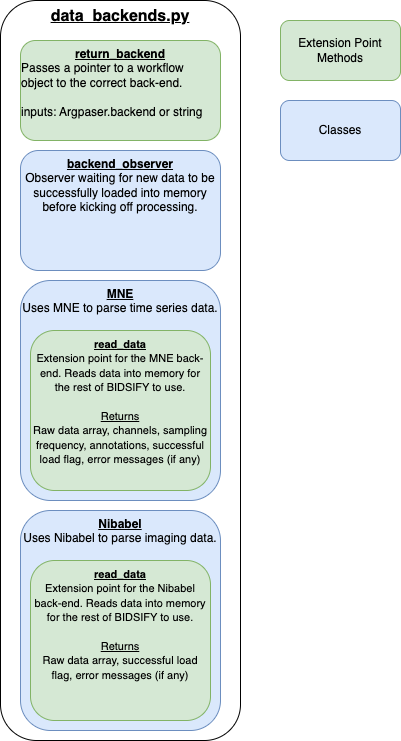
Earlier version of the draw.io export documents/SOP/BIDSIFY.png (penn-cnt/BIDSIFY). Source tidied: cells renumbered, new cells last; positions are measured from the earlier drawing's top-left corner, leaving out a move shared by most shapes.
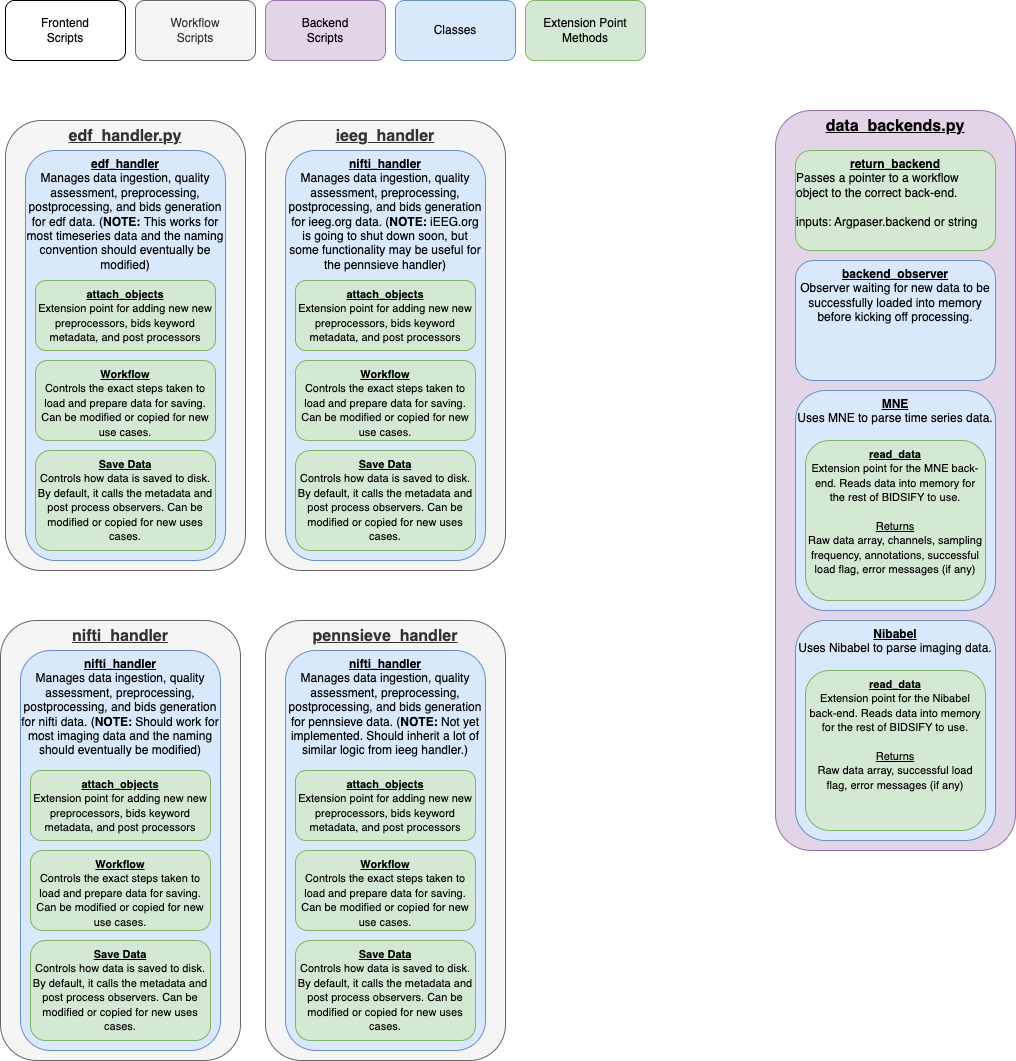
After the change.

The edit, as a diff of the source:
```diff
@@ -2,7 +2,7 @@
   <root>
     <mxCell id="0" />
     <mxCell id="1" parent="0" />
-    <mxCell id="2" value="&lt;b&gt;&lt;u&gt;&lt;font style=&quot;font-size: 16px;&quot;&gt;data_backends.py&lt;/font&gt;&lt;/u&gt;&lt;/b&gt;" style="rounded=1;whiteSpace=wrap;html=1;verticalAlign=top;" parent="1" vertex="1">
+    <mxCell id="2" value="&lt;b&gt;&lt;u&gt;&lt;font style=&quot;font-size: 16px;&quot;&gt;data_backends.py&lt;/font&gt;&lt;/u&gt;&lt;/b&gt;" style="rounded=1;whiteSpace=wrap;html=1;verticalAlign=top;fillColor=#e1d5e7;strokeColor=#9673a6;" parent="1" vertex="1">
       <mxGeometry width="240" height="740" as="geometry" />
     </mxCell>
     <mxCell id="3" value="&lt;b&gt;&lt;u&gt;return_backend&lt;/u&gt;&lt;/b&gt;&lt;div style=&quot;text-align: left;&quot;&gt;Passes a pointer to a workflow object to the correct back-end.&lt;/div&gt;&lt;div style=&quot;text-align: left;&quot;&gt;&lt;br&gt;&lt;/div&gt;&lt;div style=&quot;text-align: left;&quot;&gt;inputs: Argpaser.backend or string&lt;/div&gt;" style="rounded=1;whiteSpace=wrap;html=1;fillColor=#d5e8d4;strokeColor=#82b366;verticalAlign=top;" parent="1" vertex="1">
@@ -15,7 +15,7 @@
       <mxGeometry x="30" y="330" width="180" height="160" as="geometry" />
     </mxCell>
     <mxCell id="6" value="Extension Point Methods" style="rounded=1;whiteSpace=wrap;html=1;fillColor=#d5e8d4;strokeColor=#82b366;" parent="1" vertex="1">
-      <mxGeometry x="280" y="20" width="120" height="60" as="geometry" />
+      <mxGeometry x="-250" y="-110" width="120" height="60" as="geometry" />
     </mxCell>
     <mxCell id="7" value="&lt;b&gt;&lt;u&gt;Nibabel&lt;/u&gt;&lt;/b&gt;&lt;div&gt;Uses Nibabel to parse imaging data.&lt;/div&gt;&lt;div&gt;&lt;br&gt;&lt;/div&gt;&lt;div&gt;&lt;br&gt;&lt;/div&gt;" style="rounded=1;whiteSpace=wrap;html=1;fillColor=#dae8fc;strokeColor=#6c8ebf;verticalAlign=top;" parent="1" vertex="1">
       <mxGeometry x="20" y="510" width="200" height="220" as="geometry" />
@@ -26,8 +26,77 @@
     <mxCell id="9" value="&lt;b&gt;&lt;u&gt;backend_observer&lt;/u&gt;&lt;/b&gt;&lt;div&gt;Observer waiting for new data to be successfully loaded into memory before kicking off processing.&lt;/div&gt;" style="rounded=1;whiteSpace=wrap;html=1;fillColor=#dae8fc;strokeColor=#6c8ebf;horizontal=1;verticalAlign=top;" parent="1" vertex="1">
       <mxGeometry x="20" y="150" width="200" height="120" as="geometry" />
     </mxCell>
-    <mxCell id="10" value="Classes" style="rounded=1;whiteSpace=wrap;html=1;fillColor=#dae8fc;strokeColor=#6c8ebf;" parent="1" vertex="1">
-      <mxGeometry x="280" y="100" width="120" height="60" as="geometry" />
+    <mxCell id="10" value="Workflow&lt;div&gt;Scripts&lt;/div&gt;" style="rounded=1;whiteSpace=wrap;html=1;fillColor=#f5f5f5;strokeColor=#666666;fontColor=#333333;" parent="1" vertex="1">
+      <mxGeometry x="-640" y="-110" width="120" height="60" as="geometry" />
     </mxCell>
+    <mxCell id="11" value="&lt;b&gt;&lt;u&gt;&lt;font style=&quot;font-size: 16px;&quot;&gt;edf_handler.py&lt;/font&gt;&lt;/u&gt;&lt;/b&gt;" style="rounded=1;whiteSpace=wrap;html=1;verticalAlign=top;fillColor=#f5f5f5;strokeColor=#666666;fontColor=#333333;" parent="1" vertex="1">
+      <mxGeometry x="-770" y="10" width="240" height="450" as="geometry" />
+    </mxCell>
+    <mxCell id="12" value="Classes" style="rounded=1;whiteSpace=wrap;html=1;fillColor=#dae8fc;strokeColor=#6c8ebf;" parent="1" vertex="1">
+      <mxGeometry x="-380" y="-110" width="120" height="60" as="geometry" />
+    </mxCell>
+    <mxCell id="13" value="Backend&lt;div&gt;Scripts&lt;/div&gt;" style="rounded=1;whiteSpace=wrap;html=1;fillColor=#e1d5e7;strokeColor=#9673a6;" parent="1" vertex="1">
+      <mxGeometry x="-510" y="-110" width="120" height="60" as="geometry" />
+    </mxCell>
+    <mxCell id="14" value="Frontend&lt;div&gt;Scripts&lt;/div&gt;" style="rounded=1;whiteSpace=wrap;html=1;" parent="1" vertex="1">
+      <mxGeometry x="-770" y="-110" width="120" height="60" as="geometry" />
+    </mxCell>
+    <mxCell id="15" value="&lt;b&gt;&lt;u&gt;edf_handler&lt;/u&gt;&lt;/b&gt;&lt;div&gt;Manages data ingestion, quality assessment, preprocessing, postprocessing, and bids generation for edf data. (&lt;b&gt;NOTE:&lt;/b&gt;&amp;nbsp;This works for most timeseries data and the naming convention should eventually be modified)&lt;/div&gt;" style="rounded=1;whiteSpace=wrap;html=1;fillColor=#dae8fc;strokeColor=#6c8ebf;verticalAlign=top;" parent="1" vertex="1">
+      <mxGeometry x="-750" y="40" width="200" height="410" as="geometry" />
+    </mxCell>
+    <mxCell id="16" value="&lt;div style=&quot;&quot;&gt;&lt;font style=&quot;font-size: 11px;&quot;&gt;&lt;b&gt;&lt;u&gt;attach_objects&lt;/u&gt;&lt;/b&gt;&lt;/font&gt;&lt;/div&gt;&lt;div style=&quot;&quot;&gt;&lt;font style=&quot;font-size: 11px;&quot;&gt;Extension point for adding new new preprocessors, bids keyword metadata, and post processors&lt;/font&gt;&lt;/div&gt;&lt;div&gt;&lt;b&gt;&lt;u&gt;&lt;br&gt;&lt;/u&gt;&lt;/b&gt;&lt;/div&gt;" style="rounded=1;whiteSpace=wrap;html=1;fillColor=#d5e8d4;strokeColor=#82b366;horizontal=1;verticalAlign=top;" parent="1" vertex="1">
+      <mxGeometry x="-740" y="170" width="180" height="70" as="geometry" />
+    </mxCell>
+    <mxCell id="17" value="&lt;b&gt;&lt;u&gt;&lt;font style=&quot;font-size: 16px;&quot;&gt;nifti_handler&lt;/font&gt;&lt;/u&gt;&lt;/b&gt;" style="rounded=1;whiteSpace=wrap;html=1;verticalAlign=top;fillColor=#f5f5f5;strokeColor=#666666;fontColor=#333333;" parent="1" vertex="1">
+      <mxGeometry x="-775" y="510" width="240" height="440" as="geometry" />
+    </mxCell>
+    <mxCell id="18" value="&lt;b&gt;&lt;u&gt;nifti_handler&lt;/u&gt;&lt;/b&gt;&lt;div&gt;Manages data ingestion, quality assessment, preprocessing, postprocessing, and bids generation for nifti data. (&lt;b&gt;NOTE:&lt;/b&gt;&amp;nbsp;Should work for most imaging data and the naming should eventually be modified)&lt;/div&gt;" style="rounded=1;whiteSpace=wrap;html=1;fillColor=#dae8fc;strokeColor=#6c8ebf;verticalAlign=top;" parent="1" vertex="1">
+      <mxGeometry x="-755" y="540" width="200" height="400" as="geometry" />
+    </mxCell>
+    <mxCell id="19" value="&lt;div style=&quot;&quot;&gt;&lt;font style=&quot;font-size: 11px;&quot;&gt;&lt;b&gt;&lt;u&gt;attach_objects&lt;/u&gt;&lt;/b&gt;&lt;/font&gt;&lt;/div&gt;&lt;div style=&quot;&quot;&gt;&lt;font style=&quot;font-size: 11px;&quot;&gt;Extension point for adding new new preprocessors, bids keyword metadata, and post processors&lt;/font&gt;&lt;/div&gt;&lt;div&gt;&lt;b&gt;&lt;u&gt;&lt;br&gt;&lt;/u&gt;&lt;/b&gt;&lt;/div&gt;" style="rounded=1;whiteSpace=wrap;html=1;fillColor=#d5e8d4;strokeColor=#82b366;horizontal=1;verticalAlign=top;" parent="1" vertex="1">
+      <mxGeometry x="-745" y="660" width="180" height="70" as="geometry" />
+    </mxCell>
+    <mxCell id="20" value="&lt;b&gt;&lt;u&gt;&lt;font style=&quot;font-size: 16px;&quot;&gt;ieeg_handler&lt;/font&gt;&lt;/u&gt;&lt;/b&gt;" style="rounded=1;whiteSpace=wrap;html=1;verticalAlign=top;fillColor=#f5f5f5;strokeColor=#666666;fontColor=#333333;" parent="1" vertex="1">
+      <mxGeometry x="-510" y="10" width="240" height="450" as="geometry" />
+    </mxCell>
+    <mxCell id="21" value="&lt;b&gt;&lt;u&gt;nifti_handler&lt;/u&gt;&lt;/b&gt;&lt;div&gt;Manages data ingestion, quality assessment, preprocessing, postprocessing, and bids generation for ieeg.org data. (&lt;b&gt;NOTE:&lt;/b&gt;&amp;nbsp;iEEG.org is going to shut down soon, but some functionality may be useful for the pennsieve handler)&lt;/div&gt;" style="rounded=1;whiteSpace=wrap;html=1;fillColor=#dae8fc;strokeColor=#6c8ebf;verticalAlign=top;" parent="1" vertex="1">
+      <mxGeometry x="-490" y="40" width="200" height="410" as="geometry" />
+    </mxCell>
+    <mxCell id="22" value="&lt;div style=&quot;&quot;&gt;&lt;font style=&quot;font-size: 11px;&quot;&gt;&lt;b&gt;&lt;u&gt;attach_objects&lt;/u&gt;&lt;/b&gt;&lt;/font&gt;&lt;/div&gt;&lt;div style=&quot;&quot;&gt;&lt;font style=&quot;font-size: 11px;&quot;&gt;Extension point for adding new new preprocessors, bids keyword metadata, and post processors&lt;/font&gt;&lt;/div&gt;&lt;div&gt;&lt;b&gt;&lt;u&gt;&lt;br&gt;&lt;/u&gt;&lt;/b&gt;&lt;/div&gt;" style="rounded=1;whiteSpace=wrap;html=1;fillColor=#d5e8d4;strokeColor=#82b366;horizontal=1;verticalAlign=top;" parent="1" vertex="1">
+      <mxGeometry x="-480" y="170" width="180" height="70" as="geometry" />
+    </mxCell>
+    <mxCell id="23" value="&lt;b&gt;&lt;u&gt;&lt;font style=&quot;font-size: 16px;&quot;&gt;pennsieve_handler&lt;/font&gt;&lt;/u&gt;&lt;/b&gt;" style="rounded=1;whiteSpace=wrap;html=1;verticalAlign=top;fillColor=#f5f5f5;strokeColor=#666666;fontColor=#333333;" parent="1" vertex="1">
+      <mxGeometry x="-510" y="510" width="240" height="440" as="geometry" />
+    </mxCell>
+    <mxCell id="24" value="&lt;b&gt;&lt;u&gt;nifti_handler&lt;/u&gt;&lt;/b&gt;&lt;div&gt;Manages data ingestion, quality assessment, preprocessing, postprocessing, and bids generation for pennsieve data. (&lt;b&gt;NOTE:&lt;/b&gt;&amp;nbsp;Not yet implemented. Should inherit a lot of similar logic from ieeg handler.)&lt;/div&gt;" style="rounded=1;whiteSpace=wrap;html=1;fillColor=#dae8fc;strokeColor=#6c8ebf;verticalAlign=top;" parent="1" vertex="1">
+      <mxGeometry x="-490" y="540" width="200" height="400" as="geometry" />
+    </mxCell>
+    <mxCell id="25" value="&lt;div style=&quot;&quot;&gt;&lt;font style=&quot;font-size: 11px;&quot;&gt;&lt;b&gt;&lt;u&gt;attach_objects&lt;/u&gt;&lt;/b&gt;&lt;/font&gt;&lt;/div&gt;&lt;div style=&quot;&quot;&gt;&lt;font style=&quot;font-size: 11px;&quot;&gt;Extension point for adding new new preprocessors, bids keyword metadata, and post processors&lt;/font&gt;&lt;/div&gt;&lt;div&gt;&lt;b&gt;&lt;u&gt;&lt;br&gt;&lt;/u&gt;&lt;/b&gt;&lt;/div&gt;" style="rounded=1;whiteSpace=wrap;html=1;fillColor=#d5e8d4;strokeColor=#82b366;horizontal=1;verticalAlign=top;" parent="1" vertex="1">
+      <mxGeometry x="-480" y="660" width="180" height="70" as="geometry" />
+    </mxCell>
+    <mxCell id="26" value="&lt;div style=&quot;&quot;&gt;&lt;font style=&quot;font-size: 11px;&quot;&gt;&lt;b&gt;&lt;u&gt;Workflow&lt;/u&gt;&lt;/b&gt;&lt;/font&gt;&lt;/div&gt;&lt;div style=&quot;&quot;&gt;&lt;span style=&quot;font-size: 11px;&quot;&gt;Controls the exact steps taken to load and prepare data for saving. Can be modified or copied for new use cases.&lt;/span&gt;&lt;/div&gt;" style="rounded=1;whiteSpace=wrap;html=1;fillColor=#d5e8d4;strokeColor=#82b366;horizontal=1;verticalAlign=top;" parent="1" vertex="1">
+      <mxGeometry x="-740" y="250" width="180" height="80" as="geometry" />
+    </mxCell>
+    <mxCell id="27" value="&lt;div style=&quot;&quot;&gt;&lt;span style=&quot;font-size: 11px;&quot;&gt;&lt;b&gt;&lt;u&gt;Save Data&lt;/u&gt;&lt;/b&gt;&lt;/span&gt;&lt;/div&gt;&lt;div style=&quot;&quot;&gt;&lt;span style=&quot;font-size: 11px;&quot;&gt;Controls how data is saved to disk. By default, it calls the metadata and post process observers. Can be modified or copied for new uses cases.&lt;/span&gt;&lt;/div&gt;" style="rounded=1;whiteSpace=wrap;html=1;fillColor=#d5e8d4;strokeColor=#82b366;horizontal=1;verticalAlign=top;" parent="1" vertex="1">
+      <mxGeometry x="-740" y="340" width="180" height="100" as="geometry" />
+    </mxCell>
+    <mxCell id="28" value="&lt;div style=&quot;&quot;&gt;&lt;font style=&quot;font-size: 11px;&quot;&gt;&lt;b&gt;&lt;u&gt;Workflow&lt;/u&gt;&lt;/b&gt;&lt;/font&gt;&lt;/div&gt;&lt;div style=&quot;&quot;&gt;&lt;span style=&quot;font-size: 11px;&quot;&gt;Controls the exact steps taken to load and prepare data for saving. Can be modified or copied for new use cases.&lt;/span&gt;&lt;/div&gt;" style="rounded=1;whiteSpace=wrap;html=1;fillColor=#d5e8d4;strokeColor=#82b366;horizontal=1;verticalAlign=top;" parent="1" vertex="1">
+      <mxGeometry x="-480" y="250" width="180" height="80" as="geometry" />
+    </mxCell>
+    <mxCell id="29" value="&lt;div style=&quot;&quot;&gt;&lt;span style=&quot;font-size: 11px;&quot;&gt;&lt;b&gt;&lt;u&gt;Save Data&lt;/u&gt;&lt;/b&gt;&lt;/span&gt;&lt;/div&gt;&lt;div style=&quot;&quot;&gt;&lt;span style=&quot;font-size: 11px;&quot;&gt;Controls how data is saved to disk. By default, it calls the metadata and post process observers. Can be modified or copied for new uses cases.&lt;/span&gt;&lt;/div&gt;" style="rounded=1;whiteSpace=wrap;html=1;fillColor=#d5e8d4;strokeColor=#82b366;horizontal=1;verticalAlign=top;" parent="1" vertex="1">
+      <mxGeometry x="-480" y="340" width="180" height="100" as="geometry" />
+    </mxCell>
+    <mxCell id="30" value="&lt;div style=&quot;&quot;&gt;&lt;font style=&quot;font-size: 11px;&quot;&gt;&lt;b&gt;&lt;u&gt;Workflow&lt;/u&gt;&lt;/b&gt;&lt;/font&gt;&lt;/div&gt;&lt;div style=&quot;&quot;&gt;&lt;span style=&quot;font-size: 11px;&quot;&gt;Controls the exact steps taken to load and prepare data for saving. Can be modified or copied for new use cases.&lt;/span&gt;&lt;/div&gt;" style="rounded=1;whiteSpace=wrap;html=1;fillColor=#d5e8d4;strokeColor=#82b366;horizontal=1;verticalAlign=top;" parent="1" vertex="1">
+      <mxGeometry x="-480" y="740" width="180" height="80" as="geometry" />
+    </mxCell>
+    <mxCell id="31" value="&lt;div style=&quot;&quot;&gt;&lt;span style=&quot;font-size: 11px;&quot;&gt;&lt;b&gt;&lt;u&gt;Save Data&lt;/u&gt;&lt;/b&gt;&lt;/span&gt;&lt;/div&gt;&lt;div style=&quot;&quot;&gt;&lt;span style=&quot;font-size: 11px;&quot;&gt;Controls how data is saved to disk. By default, it calls the metadata and post process observers. Can be modified or copied for new uses cases.&lt;/span&gt;&lt;/div&gt;" style="rounded=1;whiteSpace=wrap;html=1;fillColor=#d5e8d4;strokeColor=#82b366;horizontal=1;verticalAlign=top;" parent="1" vertex="1">
+      <mxGeometry x="-480" y="830" width="180" height="100" as="geometry" />
+    </mxCell>
+    <mxCell id="32" value="&lt;div style=&quot;&quot;&gt;&lt;font style=&quot;font-size: 11px;&quot;&gt;&lt;b&gt;&lt;u&gt;Workflow&lt;/u&gt;&lt;/b&gt;&lt;/font&gt;&lt;/div&gt;&lt;div style=&quot;&quot;&gt;&lt;span style=&quot;font-size: 11px;&quot;&gt;Controls the exact steps taken to load and prepare data for saving. Can be modified or copied for new use cases.&lt;/span&gt;&lt;/div&gt;" style="rounded=1;whiteSpace=wrap;html=1;fillColor=#d5e8d4;strokeColor=#82b366;horizontal=1;verticalAlign=top;" parent="1" vertex="1">
+      <mxGeometry x="-745" y="740" width="180" height="80" as="geometry" />
+    </mxCell>
+    <mxCell id="33" value="&lt;div style=&quot;&quot;&gt;&lt;span style=&quot;font-size: 11px;&quot;&gt;&lt;b&gt;&lt;u&gt;Save Data&lt;/u&gt;&lt;/b&gt;&lt;/span&gt;&lt;/div&gt;&lt;div style=&quot;&quot;&gt;&lt;span style=&quot;font-size: 11px;&quot;&gt;Controls how data is saved to disk. By default, it calls the metadata and post process observers. Can be modified or copied for new uses cases.&lt;/span&gt;&lt;/div&gt;" style="rounded=1;whiteSpace=wrap;html=1;fillColor=#d5e8d4;strokeColor=#82b366;horizontal=1;verticalAlign=top;" parent="1" vertex="1">
+      <mxGeometry x="-745" y="830" width="180" height="100" as="geometry" />
+    </mxCell>
   </root>
 </mxGraphModel>
```
